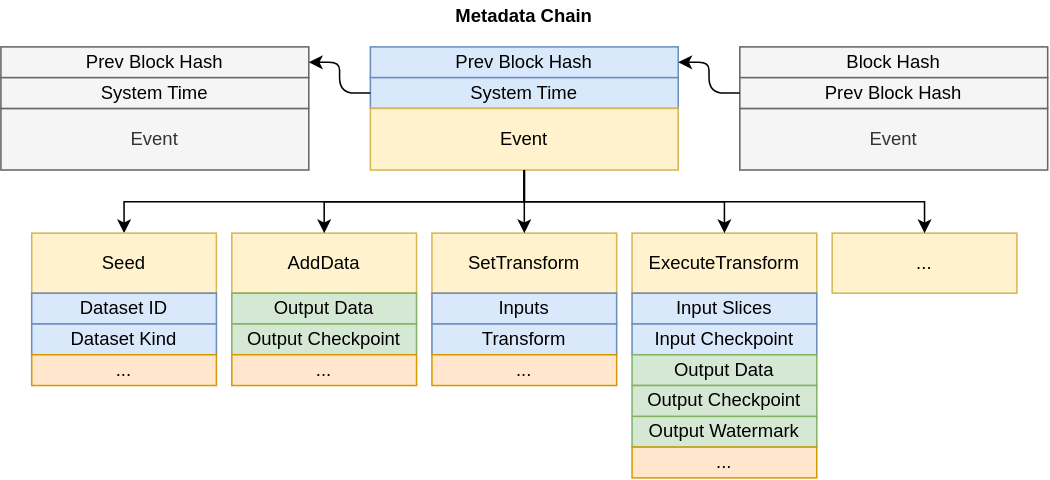
The draw.io diagram images/metadata-chain.svg in open-data-fabric/open-data-fabric, before a commit. Source tidied: cells renumbered, new cells last; positions are measured from the earlier drawing's top-left corner, leaving out a move shared by most shapes. Source of this version:
```xml
<mxGraphModel>
  <root>
    <mxCell id="0" />
    <mxCell id="1" parent="0" />
    <mxCell id="2" value="Prev Block Hash" style="rounded=0;whiteSpace=wrap;html=1;fillColor=#dae8fc;strokeColor=#6c8ebf;" parent="1" vertex="1">
      <mxGeometry x="240" y="30" width="200" height="20" as="geometry" />
    </mxCell>
    <mxCell id="3" value="System Time" style="rounded=0;whiteSpace=wrap;html=1;fillColor=#dae8fc;strokeColor=#6c8ebf;" parent="1" vertex="1">
      <mxGeometry x="240" y="50" width="200" height="20" as="geometry" />
    </mxCell>
    <mxCell id="4" value="&lt;span style=&quot;color: rgb(0, 0, 0);&quot;&gt;Prev Block Hash&lt;/span&gt;" style="rounded=0;whiteSpace=wrap;html=1;fillColor=#f5f5f5;strokeColor=#666666;fontColor=#333333;" parent="1" vertex="1">
      <mxGeometry y="30" width="200" height="20" as="geometry" />
    </mxCell>
    <mxCell id="5" value="Event" style="rounded=0;whiteSpace=wrap;html=1;fillColor=#f5f5f5;strokeColor=#666666;fontColor=#333333;" parent="1" vertex="1">
      <mxGeometry y="70" width="200" height="40" as="geometry" />
    </mxCell>
    <mxCell id="6" value="&lt;span style=&quot;color: rgb(0 , 0 , 0)&quot;&gt;System Time&lt;/span&gt;" style="rounded=0;whiteSpace=wrap;html=1;fillColor=#f5f5f5;strokeColor=#666666;fontColor=#333333;" parent="1" vertex="1">
      <mxGeometry y="50" width="200" height="20" as="geometry" />
    </mxCell>
    <mxCell id="7" style="endArrow=classic;html=1;entryX=1;entryY=0.5;entryDx=0;entryDy=0;exitX=0;exitY=0.5;exitDx=0;exitDy=0;edgeStyle=orthogonalEdgeStyle;" parent="1" edge="1" source="3" target="4">
      <mxGeometry relative="1" as="geometry" />
    </mxCell>
    <mxCell id="8" value="&lt;span style=&quot;color: rgb(0 , 0 , 0)&quot;&gt;Block Hash&lt;/span&gt;" style="rounded=0;whiteSpace=wrap;html=1;fillColor=#f5f5f5;strokeColor=#666666;fontColor=#333333;" parent="1" vertex="1">
      <mxGeometry x="480" y="30" width="200" height="20" as="geometry" />
    </mxCell>
    <mxCell id="9" value="Event" style="rounded=0;whiteSpace=wrap;html=1;fillColor=#f5f5f5;strokeColor=#666666;fontColor=#333333;" parent="1" vertex="1">
      <mxGeometry x="480" y="70" width="200" height="40" as="geometry" />
    </mxCell>
    <mxCell id="10" value="&lt;span style=&quot;color: rgb(0 , 0 , 0)&quot;&gt;Prev Block Hash&lt;/span&gt;" style="rounded=0;whiteSpace=wrap;html=1;fillColor=#f5f5f5;strokeColor=#666666;fontColor=#333333;" parent="1" vertex="1">
      <mxGeometry x="480" y="50" width="200" height="20" as="geometry" />
    </mxCell>
    <mxCell id="11" style="endArrow=classic;html=1;entryX=1;entryY=0.5;entryDx=0;entryDy=0;exitX=0;exitY=0.5;exitDx=0;exitDy=0;edgeStyle=orthogonalEdgeStyle;" parent="1" edge="1" source="10" target="2">
      <mxGeometry relative="1" as="geometry" />
    </mxCell>
    <mxCell id="12" value="Metadata Chain" style="text;html=1;strokeColor=none;fillColor=none;align=center;verticalAlign=middle;whiteSpace=wrap;rounded=0;fontStyle=1;" parent="1" vertex="1">
      <mxGeometry x="240" width="200" height="20" as="geometry" />
    </mxCell>
    <mxCell id="13" style="edgeStyle=orthogonalEdgeStyle;rounded=0;jettySize=auto;html=1;exitX=0.5;exitY=1;exitDx=0;exitDy=0;" parent="1" edge="1" source="14" target="15">
      <mxGeometry relative="1" as="geometry" />
    </mxCell>
    <mxCell id="14" value="Event" style="rounded=0;whiteSpace=wrap;html=1;fillColor=#fff2cc;strokeColor=#d6b656;" parent="1" vertex="1">
      <mxGeometry x="240" y="70" width="200" height="40" as="geometry" />
    </mxCell>
    <mxCell id="15" value="Seed" style="rounded=0;whiteSpace=wrap;html=1;fillColor=#fff2cc;strokeColor=#d6b656;" parent="1" vertex="1">
      <mxGeometry x="20" y="151" width="120" height="39" as="geometry" />
    </mxCell>
    <mxCell id="16" value="AddData" style="rounded=0;whiteSpace=wrap;html=1;fillColor=#fff2cc;strokeColor=#d6b656;" parent="1" vertex="1">
      <mxGeometry x="150" y="151" width="120" height="39" as="geometry" />
    </mxCell>
    <mxCell id="17" value="SetTransform" style="rounded=0;whiteSpace=wrap;html=1;fillColor=#fff2cc;strokeColor=#d6b656;" parent="1" vertex="1">
      <mxGeometry x="280" y="151" width="120" height="39" as="geometry" />
    </mxCell>
    <mxCell id="18" value="ExecuteQuery" style="rounded=0;whiteSpace=wrap;html=1;fillColor=#fff2cc;strokeColor=#d6b656;" parent="1" vertex="1">
      <mxGeometry x="410" y="151" width="120" height="39" as="geometry" />
    </mxCell>
    <mxCell id="19" value="..." style="rounded=0;whiteSpace=wrap;html=1;fillColor=#fff2cc;strokeColor=#d6b656;" parent="1" vertex="1">
      <mxGeometry x="540" y="151" width="120" height="39" as="geometry" />
    </mxCell>
    <mxCell id="20" style="edgeStyle=orthogonalEdgeStyle;rounded=0;jettySize=auto;html=1;exitX=0.5;exitY=1;exitDx=0;exitDy=0;entryX=0.5;entryY=0;entryDx=0;entryDy=0;" parent="1" edge="1" source="14" target="16">
      <mxGeometry relative="1" as="geometry" />
    </mxCell>
    <mxCell id="21" style="edgeStyle=orthogonalEdgeStyle;rounded=0;jettySize=auto;html=1;exitX=0.5;exitY=1;exitDx=0;exitDy=0;" parent="1" edge="1" source="14" target="17">
      <mxGeometry relative="1" as="geometry" />
    </mxCell>
    <mxCell id="22" style="edgeStyle=orthogonalEdgeStyle;rounded=0;jettySize=auto;html=1;exitX=0.5;exitY=1;exitDx=0;exitDy=0;entryX=0.5;entryY=0;entryDx=0;entryDy=0;" parent="1" edge="1" source="14" target="18">
      <mxGeometry relative="1" as="geometry" />
    </mxCell>
    <mxCell id="23" style="edgeStyle=orthogonalEdgeStyle;rounded=0;jettySize=auto;html=1;exitX=0.5;exitY=1;exitDx=0;exitDy=0;" parent="1" edge="1" source="14" target="19">
      <mxGeometry relative="1" as="geometry" />
    </mxCell>
    <mxCell id="24" value="Dataset ID" style="rounded=0;whiteSpace=wrap;html=1;fillColor=#dae8fc;strokeColor=#6c8ebf;" parent="1" vertex="1">
      <mxGeometry x="20" y="190" width="120" height="20" as="geometry" />
    </mxCell>
    <mxCell id="25" value="Dataset Kind" style="rounded=0;whiteSpace=wrap;html=1;fillColor=#dae8fc;strokeColor=#6c8ebf;" parent="1" vertex="1">
      <mxGeometry x="20" y="210" width="120" height="20" as="geometry" />
    </mxCell>
    <mxCell id="26" value="..." style="rounded=0;whiteSpace=wrap;html=1;fillColor=#ffe6cc;strokeColor=#d79b00;" parent="1" vertex="1">
      <mxGeometry x="20" y="230" width="120" height="20" as="geometry" />
    </mxCell>
    <mxCell id="27" value="Output Data" style="rounded=0;whiteSpace=wrap;html=1;fillColor=#d5e8d4;strokeColor=#82b366;" parent="1" vertex="1">
      <mxGeometry x="150" y="190" width="120" height="20" as="geometry" />
    </mxCell>
    <mxCell id="28" value="Output Checkpoint" style="rounded=0;whiteSpace=wrap;html=1;fillColor=#d5e8d4;strokeColor=#82b366;" parent="1" vertex="1">
      <mxGeometry x="150" y="210" width="120" height="20" as="geometry" />
    </mxCell>
    <mxCell id="29" value="..." style="rounded=0;whiteSpace=wrap;html=1;fillColor=#ffe6cc;strokeColor=#d79b00;" parent="1" vertex="1">
      <mxGeometry x="150" y="230" width="120" height="20" as="geometry" />
    </mxCell>
    <mxCell id="30" value="Inputs" style="rounded=0;whiteSpace=wrap;html=1;fillColor=#dae8fc;strokeColor=#6c8ebf;" parent="1" vertex="1">
      <mxGeometry x="280" y="190" width="120" height="20" as="geometry" />
    </mxCell>
    <mxCell id="31" value="Transform" style="rounded=0;whiteSpace=wrap;html=1;fillColor=#dae8fc;strokeColor=#6c8ebf;" parent="1" vertex="1">
      <mxGeometry x="280" y="210" width="120" height="20" as="geometry" />
    </mxCell>
    <mxCell id="32" value="..." style="rounded=0;whiteSpace=wrap;html=1;fillColor=#ffe6cc;strokeColor=#d79b00;" parent="1" vertex="1">
      <mxGeometry x="280" y="230" width="120" height="20" as="geometry" />
    </mxCell>
    <mxCell id="33" value="Input Slices" style="rounded=0;whiteSpace=wrap;html=1;fillColor=#dae8fc;strokeColor=#6c8ebf;" parent="1" vertex="1">
      <mxGeometry x="410" y="190" width="120" height="20" as="geometry" />
    </mxCell>
    <mxCell id="34" value="Input Checkpoint" style="rounded=0;whiteSpace=wrap;html=1;fillColor=#dae8fc;strokeColor=#6c8ebf;" parent="1" vertex="1">
      <mxGeometry x="410" y="210" width="120" height="20" as="geometry" />
    </mxCell>
    <mxCell id="35" value="Output Watermark" style="rounded=0;whiteSpace=wrap;html=1;fillColor=#d5e8d4;strokeColor=#82b366;" parent="1" vertex="1">
      <mxGeometry x="410" y="270" width="120" height="20" as="geometry" />
    </mxCell>
    <mxCell id="36" value="Output Data" style="rounded=0;whiteSpace=wrap;html=1;fillColor=#d5e8d4;strokeColor=#82b366;" parent="1" vertex="1">
      <mxGeometry x="410" y="230" width="120" height="20" as="geometry" />
    </mxCell>
    <mxCell id="37" value="Output Checkpoint" style="rounded=0;whiteSpace=wrap;html=1;fillColor=#d5e8d4;strokeColor=#82b366;" parent="1" vertex="1">
      <mxGeometry x="410" y="250" width="120" height="20" as="geometry" />
    </mxCell>
    <mxCell id="38" value="..." style="rounded=0;whiteSpace=wrap;html=1;fillColor=#ffe6cc;strokeColor=#d79b00;" parent="1" vertex="1">
      <mxGeometry x="410" y="290" width="120" height="20" as="geometry" />
    </mxCell>
  </root>
</mxGraphModel>
```
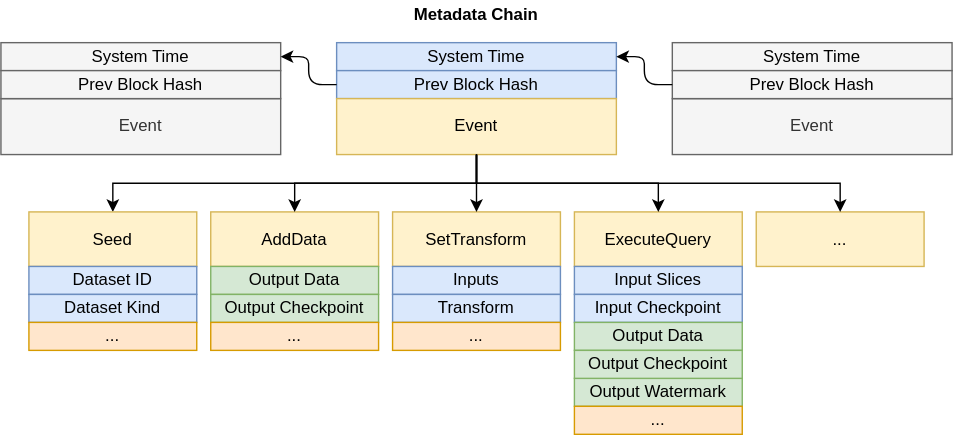
After the change.

Commit message:
Fix metadata chain image

Diff of the diagram source:
```diff
@@ -2,25 +2,25 @@
   <root>
     <mxCell id="0" />
     <mxCell id="1" parent="0" />
-    <mxCell id="2" value="Prev Block Hash" style="rounded=0;whiteSpace=wrap;html=1;fillColor=#dae8fc;strokeColor=#6c8ebf;" parent="1" vertex="1">
+    <mxCell id="2" value="System Time" style="rounded=0;whiteSpace=wrap;html=1;fillColor=#dae8fc;strokeColor=#6c8ebf;" parent="1" vertex="1">
       <mxGeometry x="240" y="30" width="200" height="20" as="geometry" />
     </mxCell>
-    <mxCell id="3" value="System Time" style="rounded=0;whiteSpace=wrap;html=1;fillColor=#dae8fc;strokeColor=#6c8ebf;" parent="1" vertex="1">
+    <mxCell id="3" value="Prev Block Hash" style="rounded=0;whiteSpace=wrap;html=1;fillColor=#dae8fc;strokeColor=#6c8ebf;" parent="1" vertex="1">
       <mxGeometry x="240" y="50" width="200" height="20" as="geometry" />
     </mxCell>
-    <mxCell id="4" value="&lt;span style=&quot;color: rgb(0, 0, 0);&quot;&gt;Prev Block Hash&lt;/span&gt;" style="rounded=0;whiteSpace=wrap;html=1;fillColor=#f5f5f5;strokeColor=#666666;fontColor=#333333;" parent="1" vertex="1">
+    <mxCell id="4" value="&lt;span style=&quot;color: rgb(0, 0, 0);&quot;&gt;System Time&lt;/span&gt;" style="rounded=0;whiteSpace=wrap;html=1;fillColor=#f5f5f5;strokeColor=#666666;fontColor=#333333;" parent="1" vertex="1">
       <mxGeometry y="30" width="200" height="20" as="geometry" />
     </mxCell>
     <mxCell id="5" value="Event" style="rounded=0;whiteSpace=wrap;html=1;fillColor=#f5f5f5;strokeColor=#666666;fontColor=#333333;" parent="1" vertex="1">
       <mxGeometry y="70" width="200" height="40" as="geometry" />
     </mxCell>
-    <mxCell id="6" value="&lt;span style=&quot;color: rgb(0 , 0 , 0)&quot;&gt;System Time&lt;/span&gt;" style="rounded=0;whiteSpace=wrap;html=1;fillColor=#f5f5f5;strokeColor=#666666;fontColor=#333333;" parent="1" vertex="1">
+    <mxCell id="6" value="&lt;span style=&quot;color: rgb(0, 0, 0);&quot;&gt;Prev Block Hash&lt;/span&gt;" style="rounded=0;whiteSpace=wrap;html=1;fillColor=#f5f5f5;strokeColor=#666666;fontColor=#333333;" parent="1" vertex="1">
       <mxGeometry y="50" width="200" height="20" as="geometry" />
     </mxCell>
     <mxCell id="7" style="endArrow=classic;html=1;entryX=1;entryY=0.5;entryDx=0;entryDy=0;exitX=0;exitY=0.5;exitDx=0;exitDy=0;edgeStyle=orthogonalEdgeStyle;" parent="1" edge="1" source="3" target="4">
       <mxGeometry relative="1" as="geometry" />
     </mxCell>
-    <mxCell id="8" value="&lt;span style=&quot;color: rgb(0 , 0 , 0)&quot;&gt;Block Hash&lt;/span&gt;" style="rounded=0;whiteSpace=wrap;html=1;fillColor=#f5f5f5;strokeColor=#666666;fontColor=#333333;" parent="1" vertex="1">
+    <mxCell id="8" value="&lt;span style=&quot;color: rgb(0, 0, 0);&quot;&gt;System Time&lt;/span&gt;" style="rounded=0;whiteSpace=wrap;html=1;fillColor=#f5f5f5;strokeColor=#666666;fontColor=#333333;" parent="1" vertex="1">
       <mxGeometry x="480" y="30" width="200" height="20" as="geometry" />
     </mxCell>
     <mxCell id="9" value="Event" style="rounded=0;whiteSpace=wrap;html=1;fillColor=#f5f5f5;strokeColor=#666666;fontColor=#333333;" parent="1" vertex="1">
```
